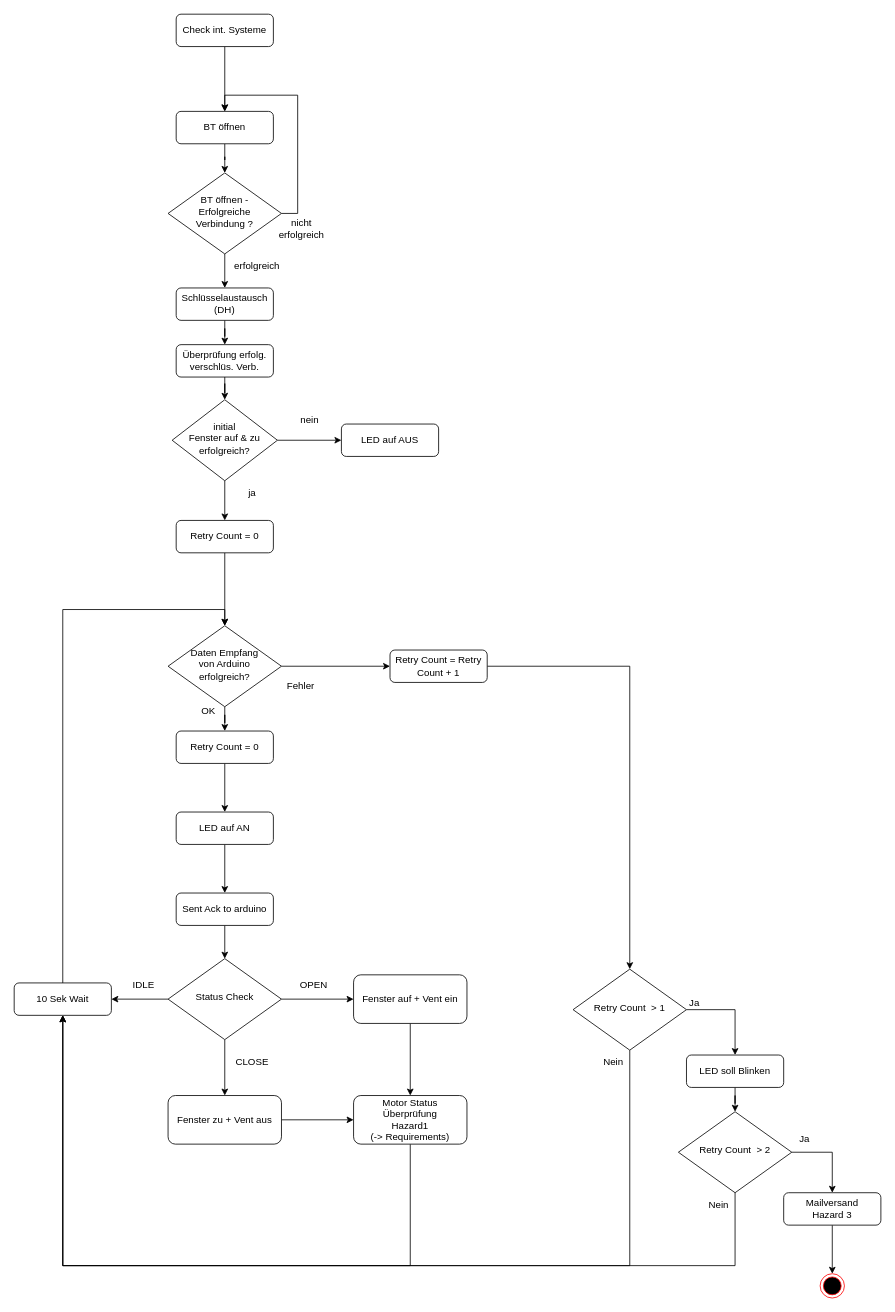
apg1034/RoomVentilation keeps this draw.io diagram as Graphic/ablaufdiag_pi.drawio. Above is the earlier version. Source tidied: cells renumbered, new cells numbered last; positions are measured from the earlier drawing's top-left corner, leaving out a move shared by most shapes. Both pictures are drawn from the tidied source at 81%, with x=0, y=0 at pixel (14, 14).
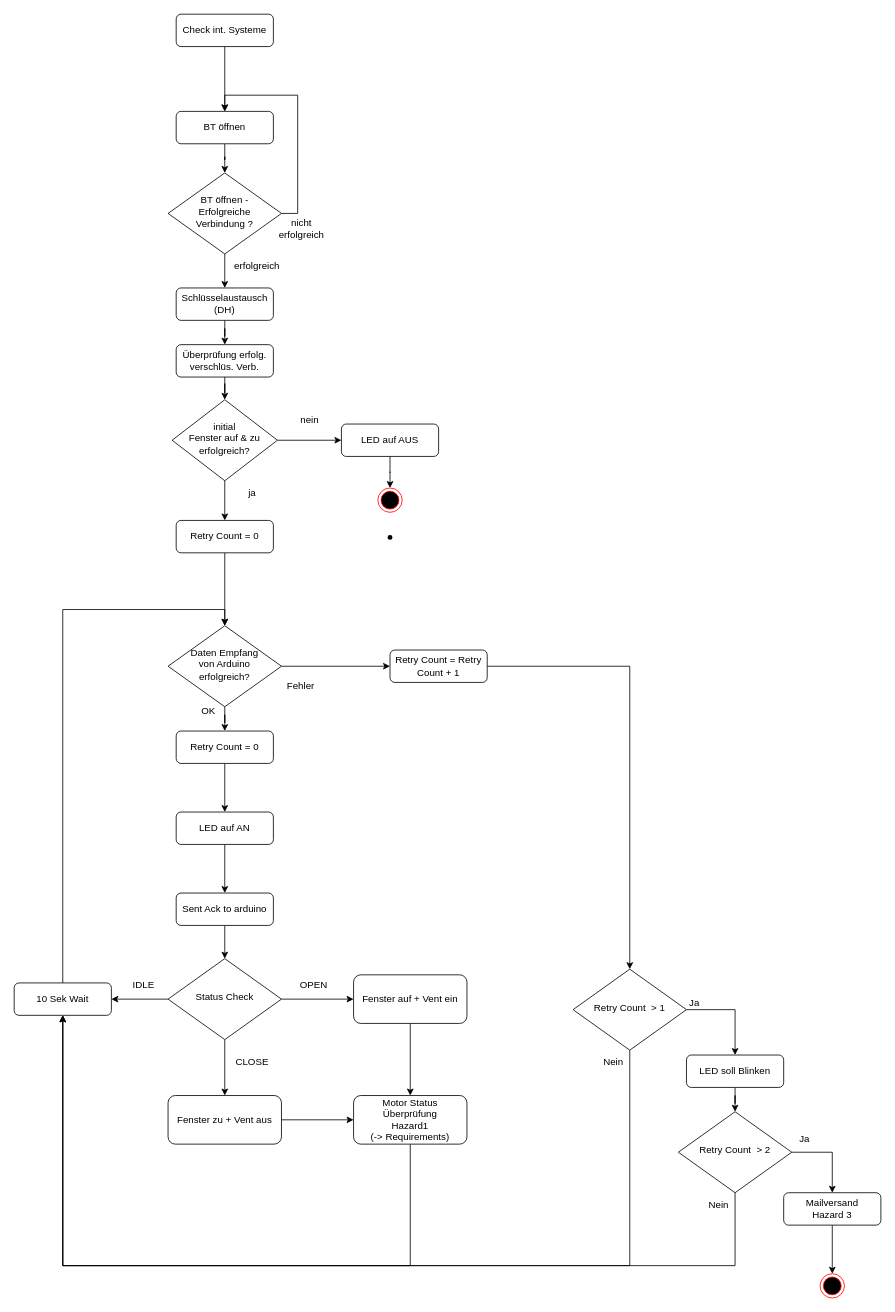
After the change.

Commit message (it also covers changes not shown here):
Update: Flowchart EOP

The change refers to these unchanged cells:
```xml
<mxCell id="38" value="LED auf AUS" style="rounded=1;whiteSpace=wrap;html=1;fontSize=12;glass=0;strokeWidth=1;shadow=0;" parent="1" vertex="1">
  <mxGeometry x="404" y="506" width="120" height="40" as="geometry" />
</mxCell>
```

Diff of the diagram source:
```diff
@@
+    <mxCell id="66" style="edgeStyle=orthogonalEdgeStyle;rounded=0;jettySize=auto;html=1;" parent="1" edge="1" source="38" target="68">
+      <mxGeometry relative="1" as="geometry" />
+    </mxCell>
@@
+    <mxCell id="67" style="shape=waypoint;sketch=0;size=6;fillColor=default;perimeter=centerPerimeter;rounded=1;glass=0;strokeWidth=1;shadow=0;" parent="1" vertex="1">
+      <mxGeometry x="454" y="636" width="20" height="20" as="geometry" />
+    </mxCell>
+    <mxCell id="68" style="ellipse;html=1;shape=endState;fillColor=#000000;strokeColor=#ff0000;" parent="1" vertex="1">
+      <mxGeometry x="449" y="585" width="30" height="30" as="geometry" />
+    </mxCell>
```
